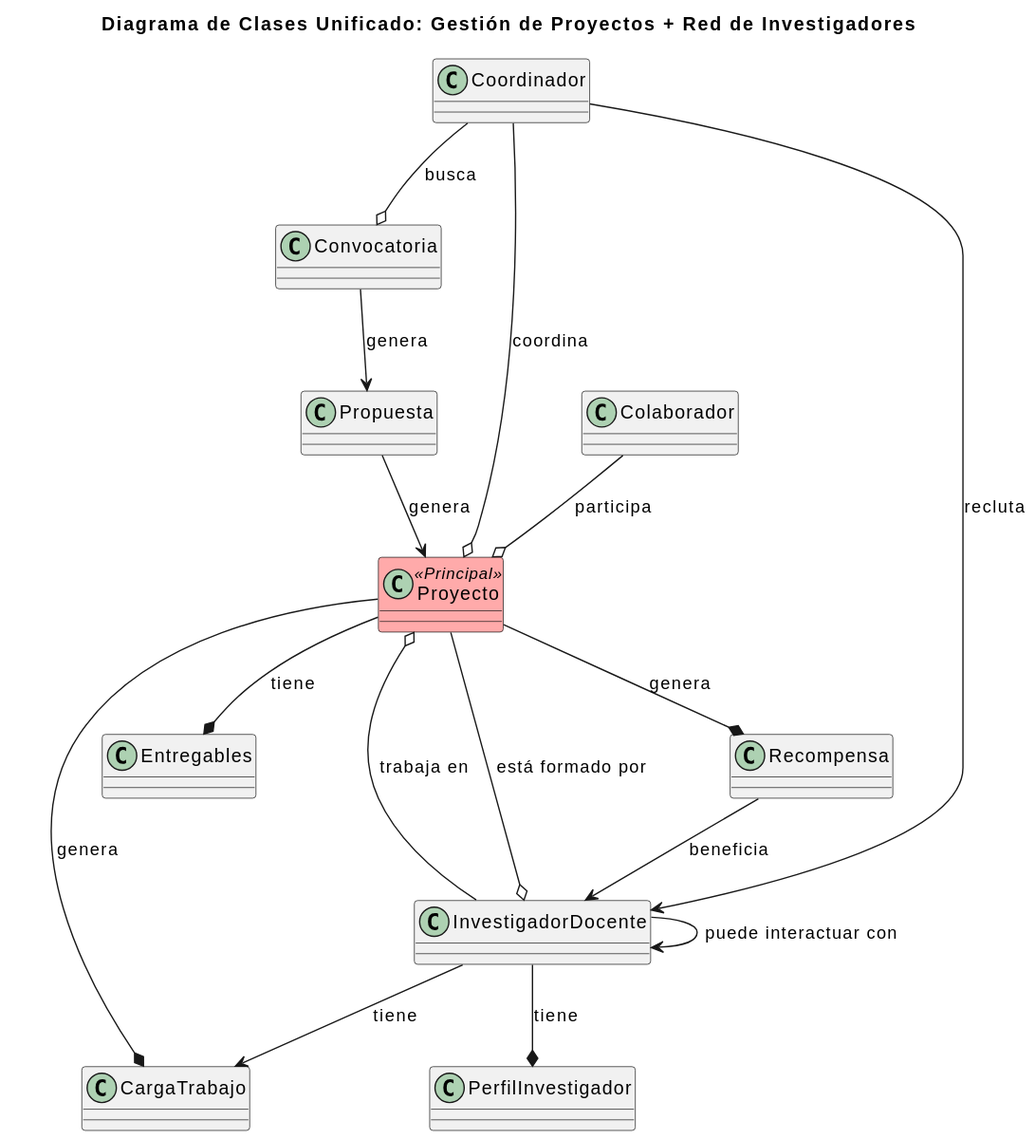
Above: documentación/ModeloDelDominio/Imagenes/Clases/ClasesProyectoRed.svg in 31Diego/25-26-IdSw1-SdR (PlantUML), before the change.
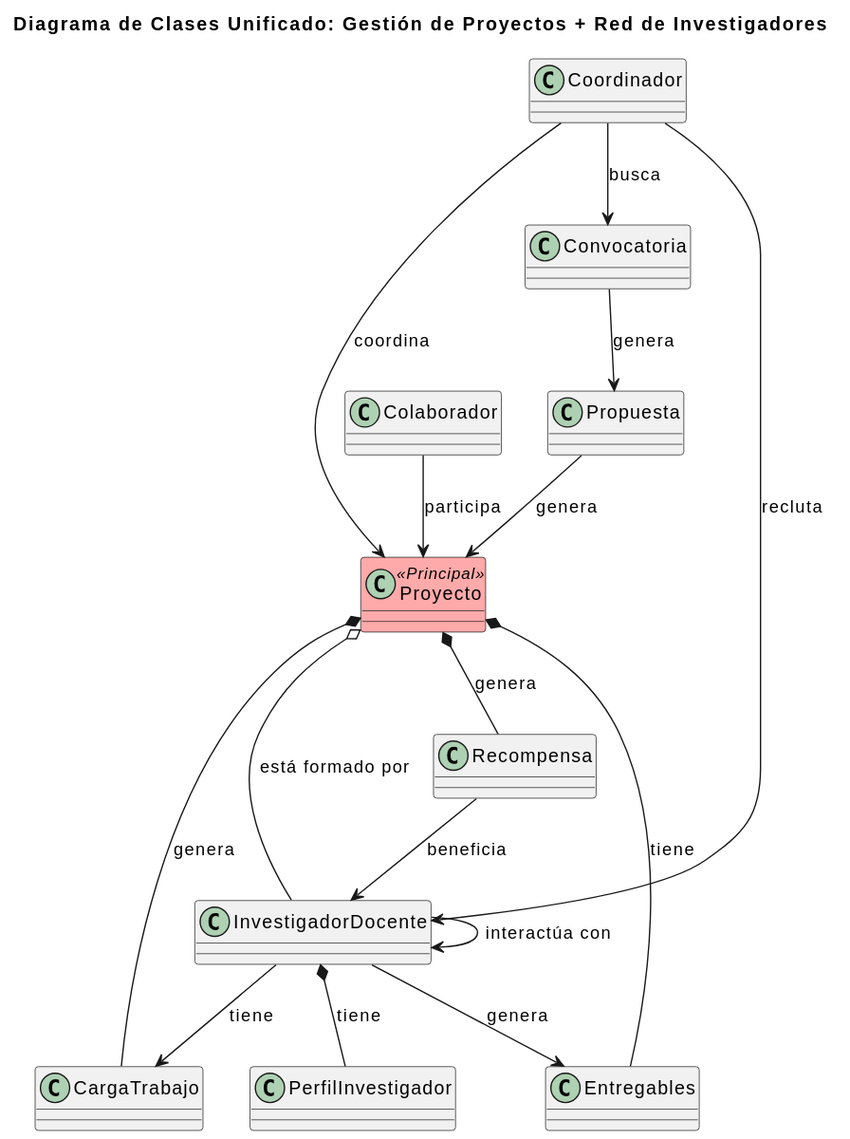
The same diagram one commit later.

Diff of the diagram source:
```diff
@@ -1,10 +1,7 @@
 @startuml
 title "Diagrama de Clases Unificado: Gestión de Proyectos + Red de Investigadores"
 
-
-
 class Proyecto <<Principal>> #FFAAAA {
-
 }
 
 class Convocatoria {
@@ -14,7 +11,6 @@
 }
 
 class InvestigadorDocente {
-
 }
 
 class Coordinador {
@@ -24,7 +20,6 @@
 }
 
 class CargaTrabajo {
-
 }
 
 class Entregables {
@@ -36,35 +31,24 @@
 class PerfilInvestigador {
 }
 
-
-
 Convocatoria --> Propuesta : genera
 Propuesta --> Proyecto : genera
 
-Proyecto --o InvestigadorDocente : "está formado por"
-Proyecto --* Entregables : tiene
-Proyecto --* CargaTrabajo : genera
-Proyecto --* Recompensa : genera
+Proyecto o-- InvestigadorDocente : "está formado por"
+Proyecto *-- Entregables : tiene
+Proyecto *-- CargaTrabajo : genera
+Proyecto *-- Recompensa : genera
 
-Coordinador --o Proyecto : coordina
-Coordinador --o Convocatoria : busca
+Coordinador --> Proyecto : coordina
+Coordinador --> Convocatoria : busca
+Coordinador --> InvestigadorDocente : recluta
 
-Colaborador --o Proyecto : participa
+Colaborador --> Proyecto : participa
 
 InvestigadorDocente --> CargaTrabajo : tiene
-InvestigadorDocente --o Proyecto : trabaja en
+InvestigadorDocente *-- PerfilInvestigador : tiene
+InvestigadorDocente --> InvestigadorDocente : interactúa con
+InvestigadorDocente --> Entregables : genera
 
 Recompensa --> InvestigadorDocente : beneficia
-
-
-
-
-
-
-InvestigadorDocente --* PerfilInvestigador : tiene
-InvestigadorDocente --> InvestigadorDocente : puede interactuar con
-
-
-
-Coordinador --> InvestigadorDocente : recluta
 @enduml
```
